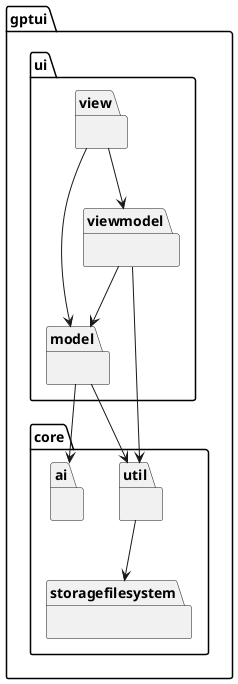
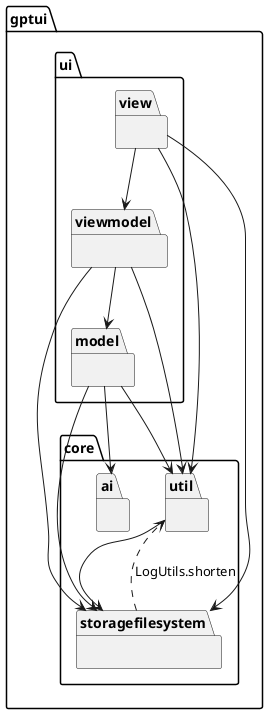
@startuml
'https://plantuml.com/class-diagram

package gptui {
    package core {
        package ai {}
        package util {}
        package storagefilesystem {}
    }
    package ui {
        package model {}
        package view {}
        package viewmodel {}
    }
}

view --> viewmodel
- view --> model
+ view --> storagefilesystem
+ view --> util
viewmodel --> model
+ viewmodel --> storagefilesystem
viewmodel --> util
+ model --> ai
+ model --> storagefilesystem
model --> util
util --> storagefilesystem
- model --> ai
+ storagefilesystem ..> util : LogUtils.shorten

@enduml